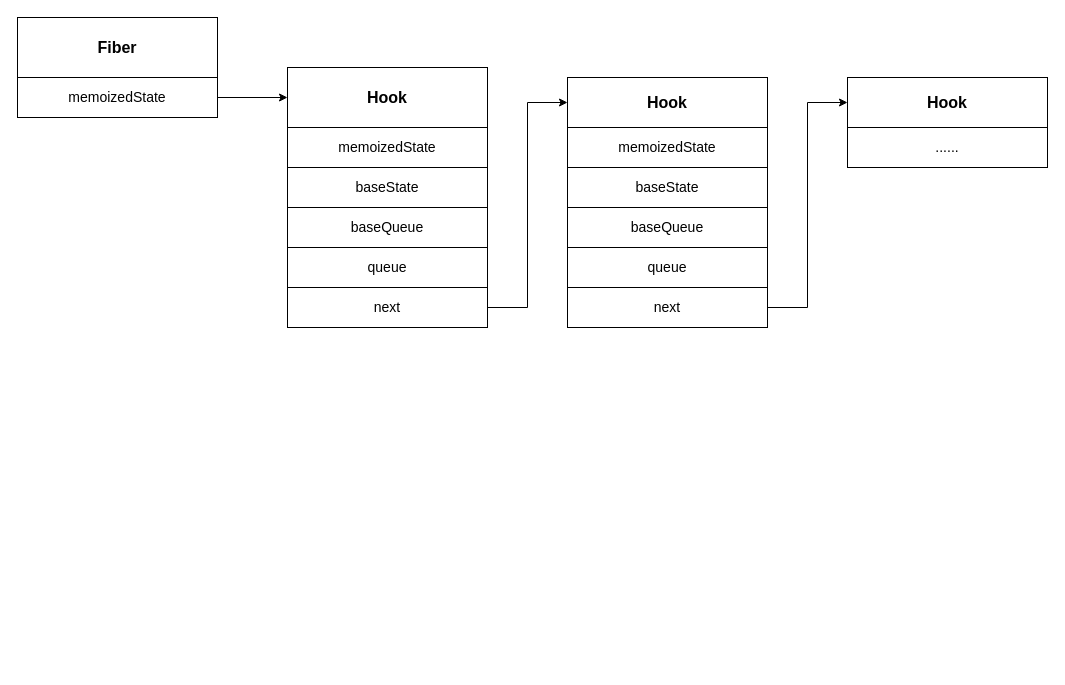
W4yneChen/draw keeps this draw.io diagram as react/react hooks.drawio. Above is the earlier version. Source tidied: cells renumbered, new cells numbered last; positions are measured from the earlier drawing's top-left corner, leaving out a move shared by most shapes. Both pictures are drawn from the tidied source at 100%, with x=0, y=0 at pixel (17, 17).
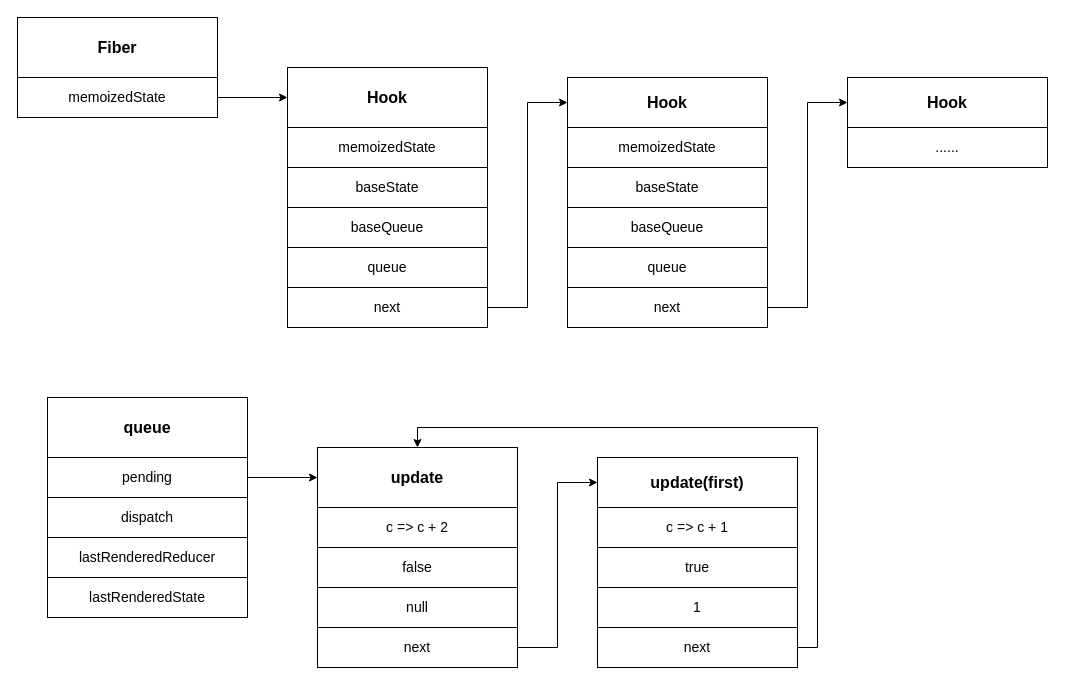
The same page after the edit.

What changed in the source:
```diff
@@
+    <mxCell id="21" value="queue" style="rounded=0;whiteSpace=wrap;html=1;verticalAlign=middle;fontSize=16;fontStyle=1;" parent="1" vertex="1">
+      <mxGeometry x="30" y="380" width="200" height="60" as="geometry" />
+    </mxCell>
+    <mxCell id="22" style="edgeStyle=orthogonalEdgeStyle;rounded=0;jettySize=auto;html=1;exitX=1;exitY=0.5;exitDx=0;exitDy=0;entryX=0;entryY=0.5;entryDx=0;entryDy=0;fontSize=14;" parent="1" edge="1" source="23" target="24">
+      <mxGeometry relative="1" as="geometry" />
+    </mxCell>
+    <mxCell id="23" value="pending" style="rounded=0;whiteSpace=wrap;html=1;fontSize=14;" parent="1" vertex="1">
+      <mxGeometry x="30" y="440" width="200" height="40" as="geometry" />
+    </mxCell>
+    <mxCell id="24" value="update" style="rounded=0;whiteSpace=wrap;html=1;verticalAlign=middle;fontSize=16;fontStyle=1;" parent="1" vertex="1">
+      <mxGeometry x="300" y="430" width="200" height="60" as="geometry" />
+    </mxCell>
+    <mxCell id="25" value="c =&amp;gt; c + 2" style="rounded=0;whiteSpace=wrap;html=1;fontSize=14;" parent="1" vertex="1">
+      <mxGeometry x="300" y="490" width="200" height="40" as="geometry" />
+    </mxCell>
+    <mxCell id="26" value="false" style="rounded=0;whiteSpace=wrap;html=1;fontSize=14;" parent="1" vertex="1">
+      <mxGeometry x="300" y="530" width="200" height="40" as="geometry" />
+    </mxCell>
+    <mxCell id="27" value="null" style="rounded=0;whiteSpace=wrap;html=1;fontSize=14;" parent="1" vertex="1">
+      <mxGeometry x="300" y="570" width="200" height="40" as="geometry" />
+    </mxCell>
+    <mxCell id="28" value="next" style="rounded=0;whiteSpace=wrap;html=1;fontSize=14;" parent="1" vertex="1">
+      <mxGeometry x="300" y="610" width="200" height="40" as="geometry" />
+    </mxCell>
+    <mxCell id="29" style="edgeStyle=orthogonalEdgeStyle;rounded=0;jettySize=auto;html=1;exitX=1;exitY=0.5;exitDx=0;exitDy=0;entryX=0;entryY=0.5;entryDx=0;entryDy=0;fontSize=14;" parent="1" edge="1" source="28" target="30">
+      <mxGeometry relative="1" as="geometry" />
+    </mxCell>
+    <mxCell id="30" value="update(first)" style="rounded=0;whiteSpace=wrap;html=1;verticalAlign=middle;fontSize=16;fontStyle=1;" parent="1" vertex="1">
+      <mxGeometry x="580" y="440" width="200" height="50" as="geometry" />
+    </mxCell>
+    <mxCell id="31" value="c =&amp;gt; c + 1" style="rounded=0;whiteSpace=wrap;html=1;fontSize=14;" parent="1" vertex="1">
+      <mxGeometry x="580" y="490" width="200" height="40" as="geometry" />
+    </mxCell>
+    <mxCell id="32" value="true" style="rounded=0;whiteSpace=wrap;html=1;fontSize=14;" parent="1" vertex="1">
+      <mxGeometry x="580" y="530" width="200" height="40" as="geometry" />
+    </mxCell>
+    <mxCell id="33" value="1" style="rounded=0;whiteSpace=wrap;html=1;fontSize=14;" parent="1" vertex="1">
+      <mxGeometry x="580" y="570" width="200" height="40" as="geometry" />
+    </mxCell>
+    <mxCell id="34" style="edgeStyle=orthogonalEdgeStyle;rounded=0;jettySize=auto;html=1;exitX=1;exitY=0.5;exitDx=0;exitDy=0;entryX=0.5;entryY=0;entryDx=0;entryDy=0;" parent="1" edge="1" source="35" target="24">
+      <mxGeometry relative="1" as="geometry" />
+    </mxCell>
+    <mxCell id="35" value="next" style="rounded=0;whiteSpace=wrap;html=1;fontSize=14;" parent="1" vertex="1">
+      <mxGeometry x="580" y="610" width="200" height="40" as="geometry" />
+    </mxCell>
+    <mxCell id="36" value="dispatch" style="rounded=0;whiteSpace=wrap;html=1;fontSize=14;" parent="1" vertex="1">
+      <mxGeometry x="30" y="480" width="200" height="40" as="geometry" />
+    </mxCell>
+    <mxCell id="37" value="lastRenderedReducer" style="rounded=0;whiteSpace=wrap;html=1;fontSize=14;" parent="1" vertex="1">
+      <mxGeometry x="30" y="520" width="200" height="40" as="geometry" />
+    </mxCell>
+    <mxCell id="38" value="lastRenderedState" style="rounded=0;whiteSpace=wrap;html=1;fontSize=14;" parent="1" vertex="1">
+      <mxGeometry x="30" y="560" width="200" height="40" as="geometry" />
+    </mxCell>
```
